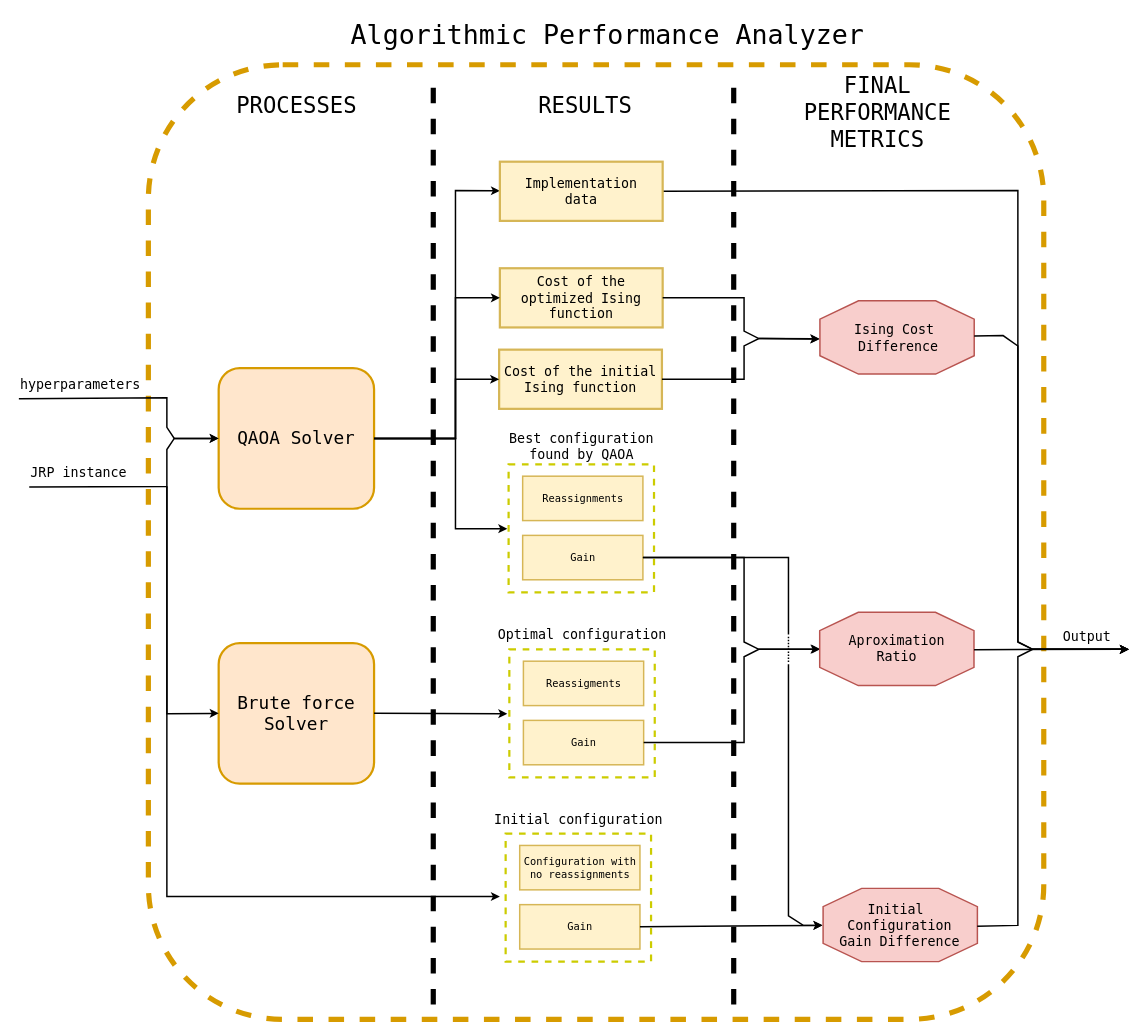
The draw.io diagram page "AnalizadorRendimientoAlgoritmico_english" (7 of 14) of experiment_testQAOASolver/design/experiment_design.drawio in AdrianoLusso/QuantumComputing_for_JobReassignmentProblem, before the edit. Source tidied: cells renumbered, new cells numbered last; positions are measured from the earlier drawing's top-left corner, leaving out a move shared by most shapes. Both pictures are drawn from the tidied source at 74%, with x=0, y=0 at pixel (18, 13).
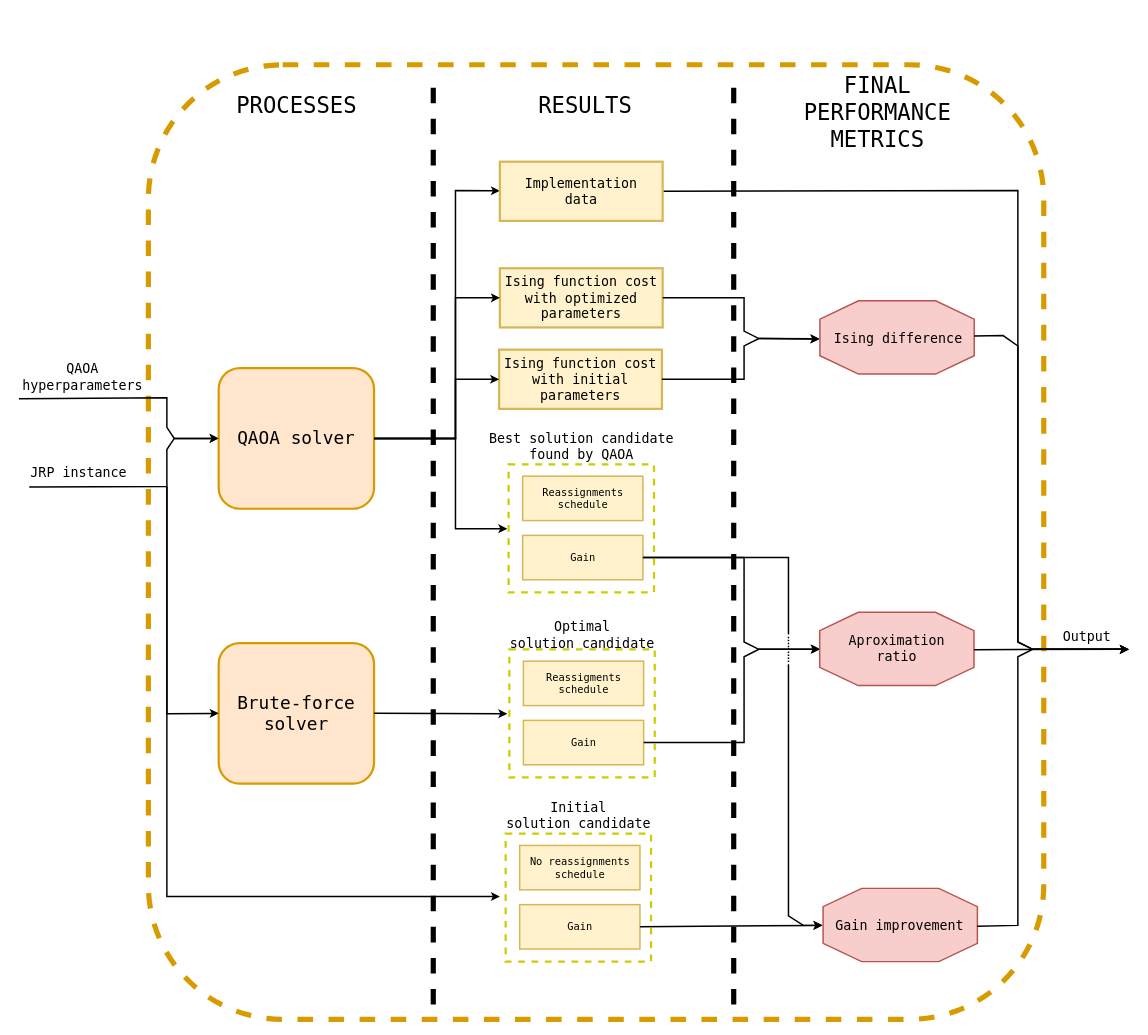
The same page after the edit.

Unchanged cells that the change refers to:
```xml
<mxCell id="21" style="group;" parent="1" vertex="1">
  <mxGeometry x="1082.5" y="389" width="208.5" height="99" as="geometry" />
</mxCell>
<mxCell id="29" style="group;strokeWidth=2;" parent="1" vertex="1">
  <mxGeometry x="1040" y="810" width="250.8" height="99" as="geometry" />
</mxCell>
<mxCell id="33" style="group;" parent="1" vertex="1">
  <mxGeometry x="1080" y="1183" width="220" height="99" as="geometry" />
</mxCell>
```

What changed in the source:
```diff
@@
-    <mxCell id="4" value="&lt;font style=&quot;font-size: 24px;&quot; face=&quot;Lucida Console&quot;&gt;QAOA Solver&lt;/font&gt;" style="rounded=1;whiteSpace=wrap;html=1;fillColor=#ffe6cc;strokeColor=#d79b00;strokeWidth=3;" parent="1" vertex="1">
+    <mxCell id="4" value="&lt;font style=&quot;font-size: 24px;&quot; face=&quot;Lucida Console&quot;&gt;QAOA solver&lt;/font&gt;" style="rounded=1;whiteSpace=wrap;html=1;fillColor=#ffe6cc;strokeColor=#d79b00;strokeWidth=3;" parent="1" vertex="1">
       <mxGeometry x="270" y="480" width="210" height="190" as="geometry" />
     </mxCell>
-    <mxCell id="5" value="&lt;font style=&quot;font-size: 14px;&quot; face=&quot;Lucida Console&quot;&gt;Configuration with&lt;/font&gt;&lt;div&gt;&lt;font style=&quot;font-size: 14px;&quot; face=&quot;Lucida Console&quot;&gt;no reassignments&lt;/font&gt;&lt;/div&gt;" style="rounded=0;whiteSpace=wrap;html=1;fillColor=#fff2cc;strokeColor=#d6b656;strokeWidth=2;" parent="1" vertex="1">
+    <mxCell id="5" value="&lt;div&gt;&lt;font style=&quot;font-size: 14px;&quot; face=&quot;Lucida Console&quot;&gt;No reassignments&lt;/font&gt;&lt;/div&gt;&lt;div&gt;&lt;font face=&quot;Lucida Console&quot;&gt;&lt;span style=&quot;font-size: 14px;&quot;&gt;schedule&lt;/span&gt;&lt;/font&gt;&lt;/div&gt;" style="rounded=0;whiteSpace=wrap;html=1;fillColor=#fff2cc;strokeColor=#d6b656;strokeWidth=2;" parent="1" vertex="1">
       <mxGeometry x="676.8" y="1125" width="162.5" height="60" as="geometry" />
     </mxCell>
@@
-    <mxCell id="7" value="&lt;font face=&quot;Lucida Console&quot; style=&quot;font-size: 18px;&quot;&gt;Initial configuration&lt;/font&gt;" style="text;html=1;align=center;verticalAlign=middle;strokeColor=none;fillColor=none;" parent="1" vertex="1">
-      <mxGeometry x="631" y="1069" width="250" height="40" as="geometry" />
+    <mxCell id="7" value="&lt;font face=&quot;Lucida Console&quot; style=&quot;font-size: 18px;&quot;&gt;Initial&lt;/font&gt;&lt;div&gt;&lt;font face=&quot;Lucida Console&quot; style=&quot;font-size: 18px;&quot;&gt;solution candidate&lt;/font&gt;&lt;/div&gt;" style="text;html=1;align=center;verticalAlign=middle;strokeColor=none;fillColor=none;" parent="1" vertex="1">
+      <mxGeometry x="646" y="1054" width="220" height="60" as="geometry" />
     </mxCell>
-    <mxCell id="8" value="&lt;font face=&quot;Lucida Console&quot;&gt;&lt;span style=&quot;font-size: 18px;&quot;&gt;Cost of the optimized Ising function&lt;/span&gt;&lt;/font&gt;" style="rounded=0;whiteSpace=wrap;html=1;fillColor=#fff2cc;strokeColor=#d6b656;strokeWidth=3;" parent="1" vertex="1">
+    <mxCell id="8" value="&lt;font face=&quot;Lucida Console&quot;&gt;&lt;span style=&quot;font-size: 18px;&quot;&gt;Ising function cost&lt;/span&gt;&lt;/font&gt;&lt;div&gt;&lt;font face=&quot;Lucida Console&quot;&gt;&lt;span style=&quot;font-size: 18px;&quot;&gt;with optimized parameters&lt;/span&gt;&lt;/font&gt;&lt;/div&gt;" style="rounded=0;whiteSpace=wrap;html=1;fillColor=#fff2cc;strokeColor=#d6b656;strokeWidth=3;" parent="1" vertex="1">
       <mxGeometry x="650" y="345" width="220" height="80" as="geometry" />
     </mxCell>
-    <mxCell id="9" value="&lt;span style=&quot;font-family: &amp;quot;Lucida Console&amp;quot;; font-size: 18px;&quot;&gt;Cost of the initial Ising function&lt;/span&gt;" style="rounded=0;whiteSpace=wrap;html=1;fillColor=#fff2cc;strokeColor=#d6b656;strokeWidth=3;" parent="1" vertex="1">
+    <mxCell id="9" value="&lt;span style=&quot;font-family: &amp;quot;Lucida Console&amp;quot;; font-size: 18px;&quot;&gt;Ising function cost with initial parameters&lt;/span&gt;" style="rounded=0;whiteSpace=wrap;html=1;fillColor=#fff2cc;strokeColor=#d6b656;strokeWidth=3;" parent="1" vertex="1">
       <mxGeometry x="649" y="455" width="220" height="80" as="geometry" />
     </mxCell>
-    <mxCell id="10" value="&lt;span style=&quot;font-family: &amp;quot;Lucida Console&amp;quot;; font-size: 24px;&quot;&gt;Brute force&lt;/span&gt;&lt;div&gt;&lt;font face=&quot;Lucida Console&quot;&gt;&lt;span style=&quot;font-size: 24px;&quot;&gt;Solver&lt;/span&gt;&lt;/font&gt;&lt;/div&gt;" style="rounded=1;whiteSpace=wrap;html=1;fillColor=#ffe6cc;strokeColor=#d79b00;strokeWidth=3;" parent="1" vertex="1">
+    <mxCell id="10" value="&lt;span style=&quot;font-family: &amp;quot;Lucida Console&amp;quot;; font-size: 24px;&quot;&gt;Brute-force&lt;/span&gt;&lt;div&gt;&lt;font face=&quot;Lucida Console&quot;&gt;&lt;span style=&quot;font-size: 24px;&quot;&gt;solver&lt;/span&gt;&lt;/font&gt;&lt;/div&gt;" style="rounded=1;whiteSpace=wrap;html=1;fillColor=#ffe6cc;strokeColor=#d79b00;strokeWidth=3;" parent="1" vertex="1">
       <mxGeometry x="270" y="851.5" width="210" height="190" as="geometry" />
     </mxCell>
@@
-    <mxCell id="12" value="&lt;font style=&quot;font-size: 14px;&quot; face=&quot;Lucida Console&quot;&gt;Reassigments&lt;/font&gt;" style="rounded=0;whiteSpace=wrap;html=1;fillColor=#fff2cc;strokeColor=#d6b656;strokeWidth=2;" parent="1" vertex="1">
+    <mxCell id="12" value="&lt;font style=&quot;font-size: 14px;&quot; face=&quot;Lucida Console&quot;&gt;Reassigments schedule&lt;/font&gt;" style="rounded=0;whiteSpace=wrap;html=1;fillColor=#fff2cc;strokeColor=#d6b656;strokeWidth=2;" parent="1" vertex="1">
       <mxGeometry x="681.8" y="876" width="162.5" height="60" as="geometry" />
     </mxCell>
@@
-    <mxCell id="14" value="&lt;font face=&quot;Lucida Console&quot; style=&quot;font-size: 18px;&quot;&gt;Optimal configuration&lt;/font&gt;" style="text;html=1;align=center;verticalAlign=middle;strokeColor=none;fillColor=none;" parent="1" vertex="1">
-      <mxGeometry x="636" y="820" width="250" height="40" as="geometry" />
+    <mxCell id="14" value="&lt;font face=&quot;Lucida Console&quot; style=&quot;font-size: 18px;&quot;&gt;Optimal&lt;/font&gt;&lt;div&gt;&lt;font face=&quot;Lucida Console&quot; style=&quot;font-size: 18px;&quot;&gt;solution candidate&lt;/font&gt;&lt;/div&gt;" style="text;html=1;align=center;verticalAlign=middle;strokeColor=none;fillColor=none;" parent="1" vertex="1">
+      <mxGeometry x="651" y="810" width="220" height="60" as="geometry" />
     </mxCell>
@@
-    <mxCell id="16" value="&lt;font face=&quot;Lucida Console&quot;&gt;&lt;span style=&quot;font-size: 14px;&quot;&gt;Reassignments&lt;/span&gt;&lt;/font&gt;" style="rounded=0;whiteSpace=wrap;html=1;fillColor=#fff2cc;strokeColor=#d6b656;strokeWidth=2;" parent="1" vertex="1">
+    <mxCell id="16" value="&lt;font face=&quot;Lucida Console&quot;&gt;&lt;span style=&quot;font-size: 14px;&quot;&gt;Reassignments&lt;/span&gt;&lt;/font&gt;&lt;div&gt;&lt;font face=&quot;Lucida Console&quot;&gt;&lt;span style=&quot;font-size: 14px;&quot;&gt;schedule&lt;/span&gt;&lt;/font&gt;&lt;/div&gt;" style="rounded=0;whiteSpace=wrap;html=1;fillColor=#fff2cc;strokeColor=#d6b656;strokeWidth=2;" parent="1" vertex="1">
       <mxGeometry x="680.8" y="626" width="162.5" height="60" as="geometry" />
     </mxCell>
@@
-    <mxCell id="18" value="&lt;font face=&quot;Lucida Console&quot;&gt;&lt;span style=&quot;font-size: 18px;&quot;&gt;Best configuration&lt;/span&gt;&lt;/font&gt;&lt;div&gt;&lt;font face=&quot;Lucida Console&quot;&gt;&lt;span style=&quot;font-size: 18px;&quot;&gt;found by QAOA&lt;/span&gt;&lt;/font&gt;&lt;/div&gt;" style="text;html=1;align=center;verticalAlign=middle;strokeColor=none;fillColor=none;" parent="1" vertex="1">
-      <mxGeometry x="650" y="555" width="220" height="60" as="geometry" />
+    <mxCell id="18" value="&lt;font face=&quot;Lucida Console&quot;&gt;&lt;span style=&quot;font-size: 18px;&quot;&gt;Best solution candidate&lt;/span&gt;&lt;/font&gt;&lt;div&gt;&lt;font face=&quot;Lucida Console&quot;&gt;&lt;span style=&quot;font-size: 18px;&quot;&gt;found by QAOA&lt;/span&gt;&lt;/font&gt;&lt;/div&gt;" style="text;html=1;align=center;verticalAlign=middle;strokeColor=none;fillColor=none;" parent="1" vertex="1">
+      <mxGeometry x="625" y="555" width="270" height="60" as="geometry" />
     </mxCell>
@@
-    <mxCell id="23" value="&lt;font face=&quot;Lucida Console&quot;&gt;&lt;span style=&quot;font-size: 18px;&quot;&gt;Ising Cost&amp;nbsp;&lt;/span&gt;&lt;/font&gt;&lt;div&gt;&lt;font face=&quot;Lucida Console&quot;&gt;&lt;span style=&quot;font-size: 18px;&quot;&gt;Difference&lt;/span&gt;&lt;/font&gt;&lt;/div&gt;" style="text;html=1;align=center;verticalAlign=middle;strokeColor=none;fillColor=none;" parent="21" vertex="1">
-      <mxGeometry x="35" y="19.5" width="140" height="60" as="geometry" />
+    <mxCell id="23" value="&lt;font face=&quot;Lucida Console&quot;&gt;&lt;span style=&quot;font-size: 18px;&quot;&gt;Ising difference&lt;/span&gt;&lt;/font&gt;" style="text;html=1;align=center;verticalAlign=middle;strokeColor=none;fillColor=none;" parent="21" vertex="1">
+      <mxGeometry x="5" y="29.5" width="200" height="40" as="geometry" />
     </mxCell>
@@
-    <mxCell id="32" value="&lt;font face=&quot;Lucida Console&quot;&gt;&lt;span style=&quot;font-size: 18px;&quot;&gt;Aproximation&lt;/span&gt;&lt;/font&gt;&lt;div&gt;&lt;font face=&quot;Lucida Console&quot;&gt;&lt;span style=&quot;font-size: 18px;&quot;&gt;Ratio&lt;/span&gt;&lt;/font&gt;&lt;/div&gt;" style="text;html=1;align=center;verticalAlign=middle;strokeColor=none;fillColor=none;" parent="29" vertex="1">
+    <mxCell id="32" value="&lt;font face=&quot;Lucida Console&quot;&gt;&lt;span style=&quot;font-size: 18px;&quot;&gt;Aproximation&lt;/span&gt;&lt;/font&gt;&lt;div&gt;&lt;font face=&quot;Lucida Console&quot;&gt;&lt;span style=&quot;font-size: 18px;&quot;&gt;ratio&lt;/span&gt;&lt;/font&gt;&lt;/div&gt;" style="text;html=1;align=center;verticalAlign=middle;strokeColor=none;fillColor=none;" parent="29" vertex="1">
       <mxGeometry x="71" y="17.5" width="150" height="60" as="geometry" />
     </mxCell>
@@
-    <mxCell id="35" value="&lt;font face=&quot;Lucida Console&quot;&gt;&lt;span style=&quot;font-size: 18px;&quot;&gt;Initial&amp;nbsp;&lt;/span&gt;&lt;/font&gt;&lt;div&gt;&lt;font face=&quot;Lucida Console&quot;&gt;&lt;span style=&quot;font-size: 18px;&quot;&gt;Configuration&lt;/span&gt;&lt;/font&gt;&lt;div&gt;&lt;font face=&quot;Lucida Console&quot;&gt;&lt;span style=&quot;font-size: 18px;&quot;&gt;Gain Difference&lt;/span&gt;&lt;/font&gt;&lt;/div&gt;&lt;/div&gt;" style="text;html=1;align=center;verticalAlign=middle;strokeColor=none;fillColor=none;" parent="33" vertex="1">
-      <mxGeometry x="15" y="9.5" width="190" height="80" as="geometry" />
+    <mxCell id="35" value="&lt;font face=&quot;Lucida Console&quot;&gt;&lt;span style=&quot;font-size: 18px;&quot;&gt;Gain improvement&lt;/span&gt;&lt;/font&gt;" style="text;html=1;align=center;verticalAlign=middle;strokeColor=none;fillColor=none;" parent="33" vertex="1">
+      <mxGeometry x="10" y="29.5" width="200" height="40" as="geometry" />
     </mxCell>
-    <mxCell id="36" style="endArrow=classic;html=1;rounded=0;entryX=0;entryY=0.5;entryDx=0;entryDy=0;strokeWidth=2;exitX=0;exitY=0.75;exitDx=0;exitDy=0;" parent="1" edge="1" source="57" target="4">
+    <mxCell id="36" style="endArrow=classic;html=1;rounded=0;entryX=0;entryY=0.5;entryDx=0;entryDy=0;strokeWidth=2;exitX=0;exitY=0.75;exitDx=0;exitDy=0;" parent="1" edge="1" target="4">
       <mxGeometry relative="1" as="geometry">
+        <mxPoint y="521.5" as="sourcePoint" />
         <Array as="points">
           <mxPoint x="200" y="520" />
           <mxPoint x="200" y="560" />
           <mxPoint x="210" y="575" />
         </Array>
       </mxGeometry>
     </mxCell>
@@
-    <mxCell id="50" value="&lt;font face=&quot;Lucida Console&quot;&gt;&lt;span style=&quot;font-size: 36px;&quot;&gt;Algorithmic Performance&amp;nbsp;&lt;/span&gt;&lt;/font&gt;&lt;span style=&quot;font-size: 36px; font-family: &amp;quot;Lucida Console&amp;quot;; background-color: transparent; color: light-dark(rgb(0, 0, 0), rgb(255, 255, 255));&quot;&gt;Analyzer&lt;/span&gt;" style="text;html=1;align=center;verticalAlign=middle;strokeColor=none;fillColor=none;" parent="1" vertex="1">
-      <mxGeometry x="435" width="720" height="60" as="geometry" />
-    </mxCell>
@@
-    <mxCell id="57" value="&lt;div style=&quot;text-align: center;&quot;&gt;&lt;font face=&quot;Lucida Console&quot;&gt;&lt;span style=&quot;font-size: 18px; text-wrap: nowrap;&quot;&gt;hyperparameters&lt;/span&gt;&lt;/font&gt;&lt;/div&gt;" style="text;whiteSpace=wrap;html=1;" parent="1" vertex="1">
-      <mxGeometry y="484" width="190" height="50" as="geometry" />
-    </mxCell>
@@
+    <mxCell id="59" value="&lt;div style=&quot;text-align: center;&quot;&gt;&lt;span style=&quot;background-color: transparent; color: light-dark(rgb(0, 0, 0), rgb(255, 255, 255)); font-size: 18px; text-wrap-mode: nowrap;&quot;&gt;&lt;font face=&quot;Lucida Console&quot;&gt;QAOA&lt;/font&gt;&lt;/span&gt;&lt;/div&gt;&lt;div style=&quot;text-align: center;&quot;&gt;&lt;font face=&quot;Lucida Console&quot;&gt;&lt;span style=&quot;font-size: 18px; text-wrap-mode: nowrap;&quot;&gt;hyperparameters&lt;/span&gt;&lt;/font&gt;&lt;/div&gt;" style="text;whiteSpace=wrap;html=1;" parent="1" vertex="1">
+      <mxGeometry x="3" y="463" width="190" height="50" as="geometry" />
+    </mxCell>
```
